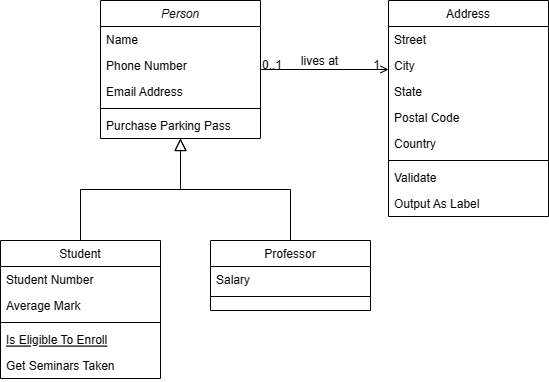
Above: misc/diagrams/ClassStructure.drawio.png in RuntimeError-BME/coursework (draw.io), before the change. Source tidied: cells renumbered, new cells last; positions are measured from the earlier drawing's top-left corner, leaving out a move shared by most shapes.
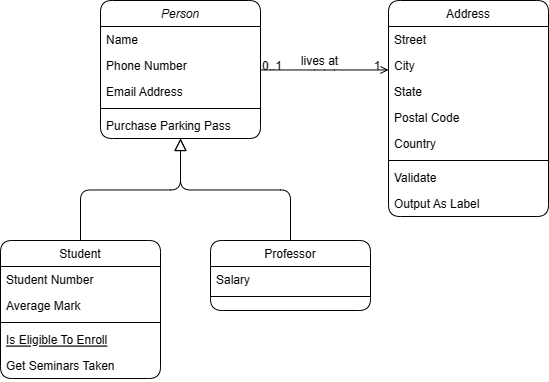
The same diagram one commit later.

Commit message:
changed bg and styling in diagrams

Change to the diagram source:
```diff
@@ -2,100 +2,100 @@
   <root>
     <mxCell id="0" />
     <mxCell id="1" parent="0" />
-    <mxCell id="2" value="Person" style="swimlane;fontStyle=2;align=center;verticalAlign=top;horizontal=1;startSize=26;rounded=0;shadow=0;strokeWidth=1;" parent="1" vertex="1">
+    <mxCell id="2" value="Person" style="swimlane;fontStyle=2;align=center;verticalAlign=top;horizontal=1;startSize=26;rounded=1;shadow=0;strokeWidth=1;labelBackgroundColor=none;" parent="1" vertex="1">
       <mxGeometry x="100" width="160" height="138" as="geometry" />
     </mxCell>
-    <mxCell id="3" value="Name" style="text;align=left;verticalAlign=top;spacingLeft=4;spacingRight=4;overflow=hidden;" parent="2" vertex="1">
+    <mxCell id="3" value="Name" style="text;align=left;verticalAlign=top;spacingLeft=4;spacingRight=4;overflow=hidden;rounded=1;labelBackgroundColor=none;" parent="2" vertex="1">
       <mxGeometry y="26" width="160" height="26" as="geometry" />
     </mxCell>
-    <mxCell id="4" value="Phone Number" style="text;align=left;verticalAlign=top;spacingLeft=4;spacingRight=4;overflow=hidden;rounded=0;shadow=0;html=0;" parent="2" vertex="1">
+    <mxCell id="4" value="Phone Number" style="text;align=left;verticalAlign=top;spacingLeft=4;spacingRight=4;overflow=hidden;rounded=1;shadow=0;html=0;labelBackgroundColor=none;" parent="2" vertex="1">
       <mxGeometry y="52" width="160" height="26" as="geometry" />
     </mxCell>
-    <mxCell id="5" value="Email Address" style="text;align=left;verticalAlign=top;spacingLeft=4;spacingRight=4;overflow=hidden;rounded=0;shadow=0;html=0;" parent="2" vertex="1">
+    <mxCell id="5" value="Email Address" style="text;align=left;verticalAlign=top;spacingLeft=4;spacingRight=4;overflow=hidden;rounded=1;shadow=0;html=0;labelBackgroundColor=none;" parent="2" vertex="1">
       <mxGeometry y="78" width="160" height="26" as="geometry" />
     </mxCell>
-    <mxCell id="6" style="line;html=1;strokeWidth=1;align=left;verticalAlign=middle;spacingTop=-1;spacingLeft=3;spacingRight=3;labelPosition=right;" parent="2" vertex="1">
+    <mxCell id="6" style="line;html=1;strokeWidth=1;align=left;verticalAlign=middle;spacingTop=-1;spacingLeft=3;spacingRight=3;labelPosition=right;rounded=1;labelBackgroundColor=none;" parent="2" vertex="1">
       <mxGeometry y="104" width="160" height="8" as="geometry" />
     </mxCell>
-    <mxCell id="7" value="Purchase Parking Pass" style="text;align=left;verticalAlign=top;spacingLeft=4;spacingRight=4;overflow=hidden;" parent="2" vertex="1">
+    <mxCell id="7" value="Purchase Parking Pass" style="text;align=left;verticalAlign=top;spacingLeft=4;spacingRight=4;overflow=hidden;rounded=1;labelBackgroundColor=none;" parent="2" vertex="1">
       <mxGeometry y="112" width="160" height="26" as="geometry" />
     </mxCell>
-    <mxCell id="8" value="Student" style="swimlane;fontStyle=0;align=center;verticalAlign=top;horizontal=1;startSize=26;rounded=0;shadow=0;strokeWidth=1;" parent="1" vertex="1">
+    <mxCell id="8" value="Student" style="swimlane;fontStyle=0;align=center;verticalAlign=top;horizontal=1;startSize=26;rounded=1;shadow=0;strokeWidth=1;labelBackgroundColor=none;" parent="1" vertex="1">
       <mxGeometry y="240" width="160" height="138" as="geometry" />
     </mxCell>
-    <mxCell id="9" value="Student Number" style="text;align=left;verticalAlign=top;spacingLeft=4;spacingRight=4;overflow=hidden;" parent="8" vertex="1">
+    <mxCell id="9" value="Student Number" style="text;align=left;verticalAlign=top;spacingLeft=4;spacingRight=4;overflow=hidden;rounded=1;labelBackgroundColor=none;" parent="8" vertex="1">
       <mxGeometry y="26" width="160" height="26" as="geometry" />
     </mxCell>
-    <mxCell id="10" value="Average Mark" style="text;align=left;verticalAlign=top;spacingLeft=4;spacingRight=4;overflow=hidden;rounded=0;shadow=0;html=0;" parent="8" vertex="1">
+    <mxCell id="10" value="Average Mark" style="text;align=left;verticalAlign=top;spacingLeft=4;spacingRight=4;overflow=hidden;rounded=1;shadow=0;html=0;labelBackgroundColor=none;" parent="8" vertex="1">
       <mxGeometry y="52" width="160" height="26" as="geometry" />
     </mxCell>
-    <mxCell id="11" style="line;html=1;strokeWidth=1;align=left;verticalAlign=middle;spacingTop=-1;spacingLeft=3;spacingRight=3;labelPosition=right;" parent="8" vertex="1">
+    <mxCell id="11" style="line;html=1;strokeWidth=1;align=left;verticalAlign=middle;spacingTop=-1;spacingLeft=3;spacingRight=3;labelPosition=right;rounded=1;labelBackgroundColor=none;" parent="8" vertex="1">
       <mxGeometry y="78" width="160" height="8" as="geometry" />
     </mxCell>
-    <mxCell id="12" value="Is Eligible To Enroll" style="text;align=left;verticalAlign=top;spacingLeft=4;spacingRight=4;overflow=hidden;fontStyle=4;" parent="8" vertex="1">
+    <mxCell id="12" value="Is Eligible To Enroll" style="text;align=left;verticalAlign=top;spacingLeft=4;spacingRight=4;overflow=hidden;fontStyle=4;rounded=1;labelBackgroundColor=none;" parent="8" vertex="1">
       <mxGeometry y="86" width="160" height="26" as="geometry" />
     </mxCell>
-    <mxCell id="13" value="Get Seminars Taken" style="text;align=left;verticalAlign=top;spacingLeft=4;spacingRight=4;overflow=hidden;" parent="8" vertex="1">
+    <mxCell id="13" value="Get Seminars Taken" style="text;align=left;verticalAlign=top;spacingLeft=4;spacingRight=4;overflow=hidden;rounded=1;labelBackgroundColor=none;" parent="8" vertex="1">
       <mxGeometry y="112" width="160" height="26" as="geometry" />
     </mxCell>
-    <mxCell id="14" style="endArrow=block;endSize=10;endFill=0;shadow=0;strokeWidth=1;rounded=0;edgeStyle=elbowEdgeStyle;elbow=vertical;" parent="1" edge="1" source="8" target="2">
+    <mxCell id="14" style="endArrow=block;endSize=10;endFill=0;shadow=0;strokeWidth=1;rounded=1;edgeStyle=elbowEdgeStyle;elbow=vertical;labelBackgroundColor=none;fontColor=default;" parent="1" edge="1" source="8" target="2">
       <mxGeometry relative="1" as="geometry" />
     </mxCell>
-    <mxCell id="15" value="Professor" style="swimlane;fontStyle=0;align=center;verticalAlign=top;horizontal=1;startSize=26;rounded=0;shadow=0;strokeWidth=1;" parent="1" vertex="1">
+    <mxCell id="15" value="Professor" style="swimlane;fontStyle=0;align=center;verticalAlign=top;horizontal=1;startSize=26;rounded=1;shadow=0;strokeWidth=1;labelBackgroundColor=none;" parent="1" vertex="1">
       <mxGeometry x="210" y="240" width="160" height="70" as="geometry" />
     </mxCell>
-    <mxCell id="16" value="Salary" style="text;align=left;verticalAlign=top;spacingLeft=4;spacingRight=4;overflow=hidden;" parent="15" vertex="1">
+    <mxCell id="16" value="Salary" style="text;align=left;verticalAlign=top;spacingLeft=4;spacingRight=4;overflow=hidden;rounded=1;labelBackgroundColor=none;" parent="15" vertex="1">
       <mxGeometry y="26" width="160" height="26" as="geometry" />
     </mxCell>
-    <mxCell id="17" style="line;html=1;strokeWidth=1;align=left;verticalAlign=middle;spacingTop=-1;spacingLeft=3;spacingRight=3;labelPosition=right;" parent="15" vertex="1">
+    <mxCell id="17" style="line;html=1;strokeWidth=1;align=left;verticalAlign=middle;spacingTop=-1;spacingLeft=3;spacingRight=3;labelPosition=right;rounded=1;labelBackgroundColor=none;" parent="15" vertex="1">
       <mxGeometry y="52" width="160" height="8" as="geometry" />
     </mxCell>
-    <mxCell id="18" style="endArrow=block;endSize=10;endFill=0;shadow=0;strokeWidth=1;rounded=0;edgeStyle=elbowEdgeStyle;elbow=vertical;" parent="1" edge="1" source="15" target="2">
+    <mxCell id="18" style="endArrow=block;endSize=10;endFill=0;shadow=0;strokeWidth=1;rounded=1;edgeStyle=elbowEdgeStyle;elbow=vertical;labelBackgroundColor=none;fontColor=default;" parent="1" edge="1" source="15" target="2">
       <mxGeometry relative="1" as="geometry" />
     </mxCell>
-    <mxCell id="19" value="Address" style="swimlane;fontStyle=0;align=center;verticalAlign=top;horizontal=1;startSize=26;rounded=0;shadow=0;strokeWidth=1;" parent="1" vertex="1">
+    <mxCell id="19" value="Address" style="swimlane;fontStyle=0;align=center;verticalAlign=top;horizontal=1;startSize=26;rounded=1;shadow=0;strokeWidth=1;labelBackgroundColor=none;" parent="1" vertex="1">
       <mxGeometry x="388" width="160" height="216" as="geometry" />
     </mxCell>
-    <mxCell id="20" value="Street" style="text;align=left;verticalAlign=top;spacingLeft=4;spacingRight=4;overflow=hidden;" parent="19" vertex="1">
+    <mxCell id="20" value="Street" style="text;align=left;verticalAlign=top;spacingLeft=4;spacingRight=4;overflow=hidden;rounded=1;labelBackgroundColor=none;" parent="19" vertex="1">
       <mxGeometry y="26" width="160" height="26" as="geometry" />
     </mxCell>
-    <mxCell id="21" value="City" style="text;align=left;verticalAlign=top;spacingLeft=4;spacingRight=4;overflow=hidden;rounded=0;shadow=0;html=0;" parent="19" vertex="1">
+    <mxCell id="21" value="City" style="text;align=left;verticalAlign=top;spacingLeft=4;spacingRight=4;overflow=hidden;rounded=1;shadow=0;html=0;labelBackgroundColor=none;" parent="19" vertex="1">
       <mxGeometry y="52" width="160" height="26" as="geometry" />
     </mxCell>
-    <mxCell id="22" value="State" style="text;align=left;verticalAlign=top;spacingLeft=4;spacingRight=4;overflow=hidden;rounded=0;shadow=0;html=0;" parent="19" vertex="1">
+    <mxCell id="22" value="State" style="text;align=left;verticalAlign=top;spacingLeft=4;spacingRight=4;overflow=hidden;rounded=1;shadow=0;html=0;labelBackgroundColor=none;" parent="19" vertex="1">
       <mxGeometry y="78" width="160" height="26" as="geometry" />
     </mxCell>
-    <mxCell id="23" value="Postal Code" style="text;align=left;verticalAlign=top;spacingLeft=4;spacingRight=4;overflow=hidden;rounded=0;shadow=0;html=0;" parent="19" vertex="1">
+    <mxCell id="23" value="Postal Code" style="text;align=left;verticalAlign=top;spacingLeft=4;spacingRight=4;overflow=hidden;rounded=1;shadow=0;html=0;labelBackgroundColor=none;" parent="19" vertex="1">
       <mxGeometry y="104" width="160" height="26" as="geometry" />
     </mxCell>
-    <mxCell id="24" value="Country" style="text;align=left;verticalAlign=top;spacingLeft=4;spacingRight=4;overflow=hidden;rounded=0;shadow=0;html=0;" parent="19" vertex="1">
+    <mxCell id="24" value="Country" style="text;align=left;verticalAlign=top;spacingLeft=4;spacingRight=4;overflow=hidden;rounded=1;shadow=0;html=0;labelBackgroundColor=none;" parent="19" vertex="1">
       <mxGeometry y="130" width="160" height="26" as="geometry" />
     </mxCell>
-    <mxCell id="25" style="line;html=1;strokeWidth=1;align=left;verticalAlign=middle;spacingTop=-1;spacingLeft=3;spacingRight=3;labelPosition=right;" parent="19" vertex="1">
+    <mxCell id="25" style="line;html=1;strokeWidth=1;align=left;verticalAlign=middle;spacingTop=-1;spacingLeft=3;spacingRight=3;labelPosition=right;rounded=1;labelBackgroundColor=none;" parent="19" vertex="1">
       <mxGeometry y="156" width="160" height="8" as="geometry" />
     </mxCell>
-    <mxCell id="26" value="Validate" style="text;align=left;verticalAlign=top;spacingLeft=4;spacingRight=4;overflow=hidden;" parent="19" vertex="1">
+    <mxCell id="26" value="Validate" style="text;align=left;verticalAlign=top;spacingLeft=4;spacingRight=4;overflow=hidden;rounded=1;labelBackgroundColor=none;" parent="19" vertex="1">
       <mxGeometry y="164" width="160" height="26" as="geometry" />
     </mxCell>
-    <mxCell id="27" value="Output As Label" style="text;align=left;verticalAlign=top;spacingLeft=4;spacingRight=4;overflow=hidden;" parent="19" vertex="1">
+    <mxCell id="27" value="Output As Label" style="text;align=left;verticalAlign=top;spacingLeft=4;spacingRight=4;overflow=hidden;rounded=1;labelBackgroundColor=none;" parent="19" vertex="1">
       <mxGeometry y="190" width="160" height="26" as="geometry" />
     </mxCell>
-    <mxCell id="28" style="endArrow=open;shadow=0;strokeWidth=1;rounded=0;endFill=1;edgeStyle=elbowEdgeStyle;elbow=vertical;" parent="1" edge="1" source="2" target="19">
+    <mxCell id="28" style="endArrow=open;shadow=0;strokeWidth=1;rounded=1;endFill=1;edgeStyle=elbowEdgeStyle;elbow=vertical;labelBackgroundColor=none;fontColor=default;" parent="1" edge="1" source="2" target="19">
       <mxGeometry x="0.5" y="41" relative="1" as="geometry">
         <mxPoint x="-40" y="32" as="offset" />
       </mxGeometry>
     </mxCell>
-    <mxCell id="29" value="0..1" style="align=left;verticalAlign=bottom;labelBackgroundColor=none;fontSize=12;" parent="28" vertex="1">
+    <mxCell id="29" value="0..1" style="align=left;verticalAlign=bottom;labelBackgroundColor=none;fontSize=12;rounded=1;" parent="28" vertex="1">
       <mxGeometry x="-1" relative="1" as="geometry">
         <mxPoint y="4" as="offset" />
       </mxGeometry>
     </mxCell>
-    <mxCell id="30" value="1" style="align=right;verticalAlign=bottom;labelBackgroundColor=none;fontSize=12;" parent="28" vertex="1">
+    <mxCell id="30" value="1" style="align=right;verticalAlign=bottom;labelBackgroundColor=none;fontSize=12;rounded=1;" parent="28" vertex="1">
       <mxGeometry x="1" relative="1" as="geometry">
         <mxPoint x="-7" y="4" as="offset" />
       </mxGeometry>
     </mxCell>
-    <mxCell id="31" value="lives at" style="text;html=1;align=center;verticalAlign=middle;labelBackgroundColor=none;rounded=0;shadow=0;strokeWidth=1;fontSize=12;" parent="28" vertex="1">
+    <mxCell id="31" value="lives at" style="text;html=1;align=center;verticalAlign=middle;labelBackgroundColor=none;rounded=1;shadow=0;strokeWidth=1;fontSize=12;" parent="28" vertex="1">
       <mxGeometry x="0.5" y="49" relative="1" as="geometry">
         <mxPoint x="-38" y="40" as="offset" />
       </mxGeometry>
```
